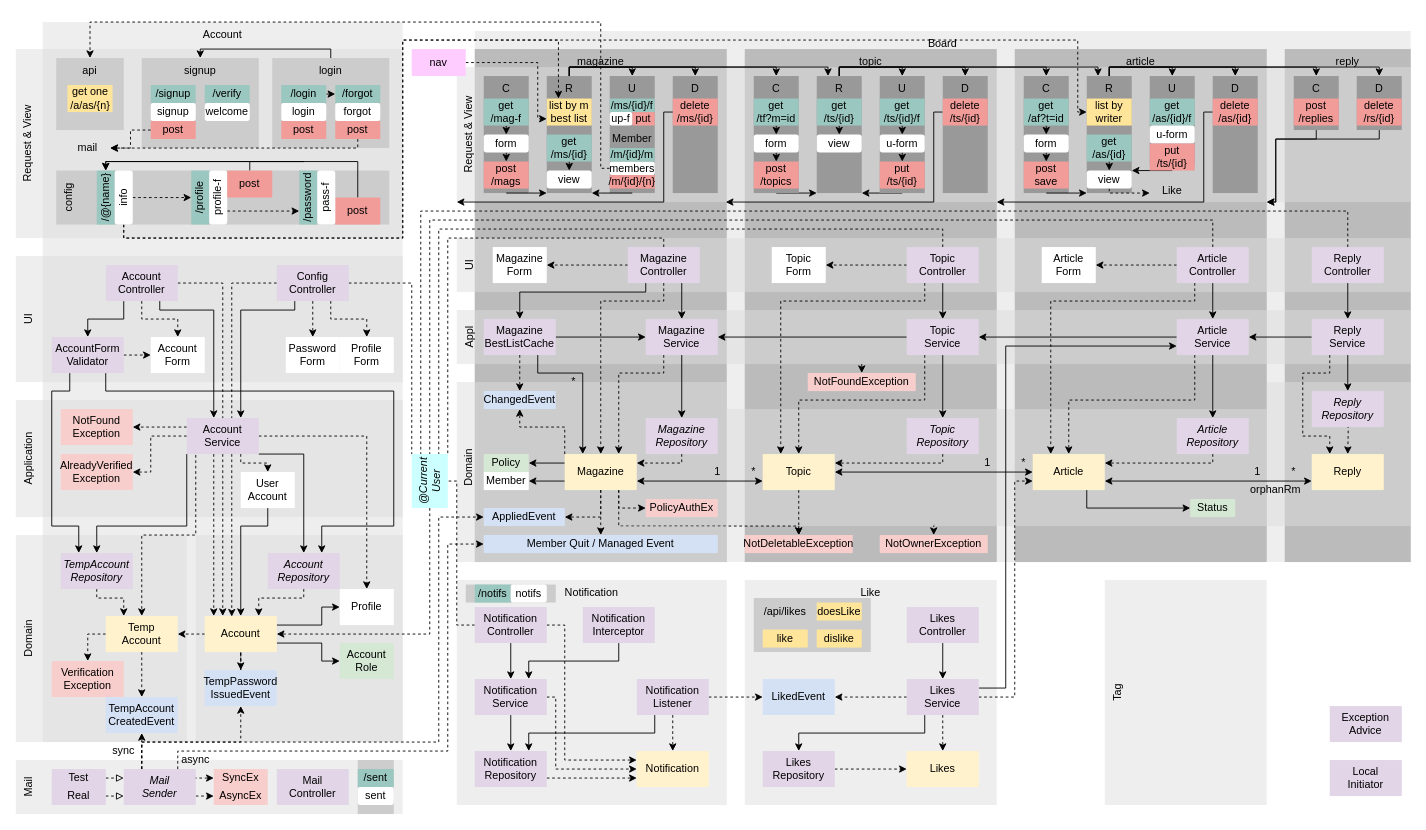
The draw.io diagram diagram.drawio in suloginscene/dinner, before the edit. Source tidied: cells renumbered, new cells numbered last; positions are measured from the earlier drawing's top-left corner, leaving out a move shared by most shapes. Both pictures are drawn from the tidied source at 90%, with x=0, y=0 at pixel (15, 22).
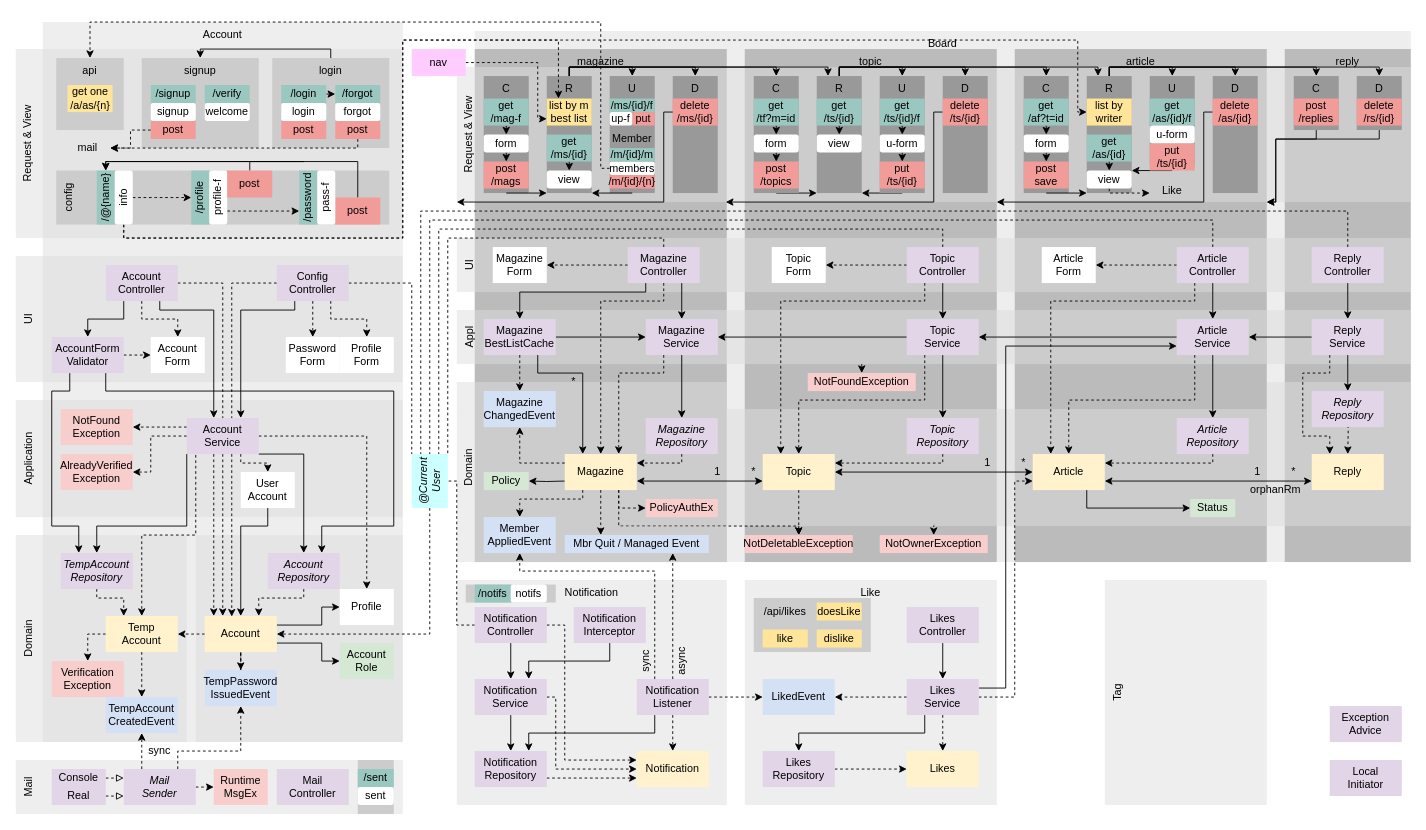
The same diagram, later.

The change refers to these unchanged cells:
```xml
<mxCell id="109" value="Magazine" style="rounded=0;whiteSpace=wrap;html=1;strokeColor=none;fillColor=#FFF2CC;" parent="1" vertex="1">
  <mxGeometry x="610" y="480" width="80" height="40" as="geometry" />
</mxCell>
<mxCell id="259" value="TempPassword&lt;br&gt;IssuedEvent" style="rounded=0;whiteSpace=wrap;html=1;strokeColor=none;fillColor=#D4E1F5;" parent="1" vertex="1">
  <mxGeometry x="210" y="720" width="80" height="40" as="geometry" />
</mxCell>
<mxCell id="266" value="&lt;span&gt;Mail&lt;br&gt;&lt;/span&gt;Sender" style="rounded=0;whiteSpace=wrap;html=1;strokeColor=none;fillColor=#E1D5E7;fontStyle=2;" parent="1" vertex="1">
  <mxGeometry x="120" y="830" width="80" height="40" as="geometry" />
</mxCell>
<mxCell id="327" value="Notification&lt;br&gt;Listener" style="rounded=0;whiteSpace=wrap;html=1;strokeColor=none;fillColor=#E1D5E7;" parent="1" vertex="1">
  <mxGeometry x="690" y="730" width="80" height="40" as="geometry" />
</mxCell>
```

Diff of the diagram source:
```diff
@@
-    <mxCell id="104" style="edgeStyle=orthogonalEdgeStyle;rounded=0;jettySize=auto;html=1;exitX=0;exitY=0.25;exitDx=0;exitDy=0;entryX=1;entryY=0.5;entryDx=0;entryDy=0;startArrow=none;startFill=0;" parent="1" edge="1" source="109" target="110">
-      <mxGeometry relative="1" as="geometry" />
+    <mxCell id="104" style="edgeStyle=orthogonalEdgeStyle;rounded=0;jettySize=auto;html=1;entryX=1;entryY=0.5;entryDx=0;entryDy=0;startArrow=none;startFill=0;" parent="1" edge="1" target="110">
+      <mxGeometry relative="1" as="geometry">
+        <mxPoint x="610" y="510" as="sourcePoint" />
+      </mxGeometry>
     </mxCell>
@@
-    <mxCell id="107" style="edgeStyle=orthogonalEdgeStyle;rounded=0;jettySize=auto;html=1;exitX=0.5;exitY=1;exitDx=0;exitDy=0;dashed=1;entryX=1;entryY=0.5;entryDx=0;entryDy=0;" parent="1" edge="1" source="109" target="292">
-      <mxGeometry relative="1" as="geometry">
-        <Array as="points">
-          <mxPoint x="650" y="550" />
-        </Array>
-      </mxGeometry>
-    </mxCell>
-    <mxCell id="108" style="edgeStyle=orthogonalEdgeStyle;rounded=0;jettySize=auto;html=1;exitX=0;exitY=0.75;exitDx=0;exitDy=0;entryX=1;entryY=0.5;entryDx=0;entryDy=0;" parent="1" edge="1" source="109" target="298">
-      <mxGeometry relative="1" as="geometry" />
-    </mxCell>
@@
     <mxCell id="110" value="Policy" style="rounded=0;whiteSpace=wrap;html=1;strokeColor=none;fillColor=#D5E8D4;" parent="1" vertex="1">
-      <mxGeometry x="520" y="480" width="50" height="20" as="geometry" />
+      <mxGeometry x="520" y="500" width="50" height="20" as="geometry" />
     </mxCell>
@@
-    <mxCell id="262" style="edgeStyle=orthogonalEdgeStyle;rounded=0;jettySize=auto;html=1;exitX=0.25;exitY=0;exitDx=0;exitDy=0;entryX=0.5;entryY=1;entryDx=0;entryDy=0;dashed=1;" parent="1" edge="1" source="266" target="259">
+    <mxCell id="262" style="edgeStyle=orthogonalEdgeStyle;rounded=0;jettySize=auto;html=1;exitX=0.75;exitY=0;exitDx=0;exitDy=0;entryX=0.5;entryY=1;entryDx=0;entryDy=0;dashed=1;" parent="1" edge="1" source="266" target="259">
       <mxGeometry relative="1" as="geometry">
         <Array as="points">
-          <mxPoint x="140" y="830" />
-          <mxPoint x="140" y="800" />
-          <mxPoint x="250" y="800" />
+          <mxPoint x="180" y="810" />
+          <mxPoint x="250" y="810" />
         </Array>
       </mxGeometry>
     </mxCell>
-    <mxCell id="263" style="edgeStyle=orthogonalEdgeStyle;rounded=0;jettySize=auto;html=1;exitX=1;exitY=0.75;exitDx=0;exitDy=0;entryX=0;entryY=0.5;entryDx=0;entryDy=0;dashed=1;endArrow=classic;endFill=1;" parent="1" edge="1" source="266" target="272">
-      <mxGeometry relative="1" as="geometry" />
-    </mxCell>
-    <mxCell id="264" style="edgeStyle=orthogonalEdgeStyle;rounded=0;jettySize=auto;html=1;entryX=0;entryY=0.5;entryDx=0;entryDy=0;dashed=1;endArrow=classic;endFill=1;" parent="1" edge="1" target="271">
+    <mxCell id="264" style="edgeStyle=orthogonalEdgeStyle;rounded=0;jettySize=auto;html=1;entryX=0;entryY=0.5;entryDx=0;entryDy=0;dashed=1;endArrow=classic;endFill=1;exitX=1;exitY=0.5;exitDx=0;exitDy=0;" parent="1" edge="1" source="266" target="271">
       <mxGeometry relative="1" as="geometry">
-        <mxPoint x="180" y="840" as="sourcePoint" />
         <Array as="points">
-          <mxPoint x="180" y="840" />
+          <mxPoint x="200" y="850" />
         </Array>
       </mxGeometry>
     </mxCell>
-    <mxCell id="265" style="edgeStyle=orthogonalEdgeStyle;rounded=0;jettySize=auto;html=1;exitX=0.25;exitY=0;exitDx=0;exitDy=0;entryX=0;entryY=0.5;entryDx=0;entryDy=0;dashed=1;" parent="1" edge="1" source="266" target="292">
-      <mxGeometry relative="1" as="geometry">
-        <Array as="points">
-          <mxPoint x="140" y="800" />
-          <mxPoint x="470" y="800" />
-          <mxPoint x="470" y="550" />
-        </Array>
-      </mxGeometry>
-    </mxCell>
@@
-    <mxCell id="267" value="&lt;span&gt;Test&lt;br&gt;&lt;/span&gt;" style="rounded=0;whiteSpace=wrap;html=1;strokeColor=none;fillColor=#E1D5E7;fontStyle=0;" parent="1" vertex="1">
+    <mxCell id="267" value="&lt;span&gt;Console&lt;br&gt;&lt;/span&gt;" style="rounded=0;whiteSpace=wrap;html=1;strokeColor=none;fillColor=#E1D5E7;fontStyle=0;" parent="1" vertex="1">
       <mxGeometry x="40" y="830" width="60" height="20" as="geometry" />
     </mxCell>
@@
-    <mxCell id="271" value="SyncEx" style="rounded=0;whiteSpace=wrap;html=1;strokeColor=none;fontStyle=0;fillColor=#F8CECC;" parent="1" vertex="1">
-      <mxGeometry x="220" y="830" width="60" height="20" as="geometry" />
+    <mxCell id="271" value="Runtime&lt;br&gt;MsgEx" style="rounded=0;whiteSpace=wrap;html=1;strokeColor=none;fontStyle=0;fillColor=#F8CECC;" parent="1" vertex="1">
+      <mxGeometry x="220" y="830" width="60" height="40" as="geometry" />
     </mxCell>
-    <mxCell id="272" value="AsyncEx" style="rounded=0;whiteSpace=wrap;html=1;strokeColor=none;fontStyle=0;fillColor=#F8CECC;" parent="1" vertex="1">
-      <mxGeometry x="220" y="850" width="60" height="20" as="geometry" />
-    </mxCell>
@@
-    <mxCell id="285" value="ChangedEvent" style="rounded=0;whiteSpace=wrap;html=1;strokeColor=none;fillColor=#D4E1F5;" parent="1" vertex="1">
-      <mxGeometry x="520" y="410" width="80" height="20" as="geometry" />
+    <mxCell id="285" value="Magazine&lt;br&gt;ChangedEvent" style="rounded=0;whiteSpace=wrap;html=1;strokeColor=none;fillColor=#D4E1F5;" parent="1" vertex="1">
+      <mxGeometry x="520" y="410" width="80" height="40" as="geometry" />
     </mxCell>
@@
-    <mxCell id="292" value="AppliedEvent" style="rounded=0;whiteSpace=wrap;html=1;strokeColor=none;fillColor=#D4E1F5;" parent="1" vertex="1">
-      <mxGeometry x="520" y="540" width="90" height="20" as="geometry" />
+    <mxCell id="292" value="Member&lt;br&gt;AppliedEvent" style="rounded=0;whiteSpace=wrap;html=1;strokeColor=none;fillColor=#D4E1F5;" parent="1" vertex="1">
+      <mxGeometry x="520" y="550" width="80" height="40" as="geometry" />
     </mxCell>
     <mxCell id="293" value="sync" style="rounded=1;whiteSpace=wrap;html=1;strokeColor=none;fillColor=none;" parent="1" vertex="1">
-      <mxGeometry x="100" y="800" width="40" height="20" as="geometry" />
+      <mxGeometry x="140" y="800" width="40" height="20" as="geometry" />
     </mxCell>
-    <mxCell id="294" value="Member Quit / Managed Event" style="rounded=0;whiteSpace=wrap;html=1;strokeColor=none;fillColor=#D4E1F5;" parent="1" vertex="1">
-      <mxGeometry x="520" y="570" width="260" height="20" as="geometry" />
+    <mxCell id="294" value="Mbr Quit / Managed Event" style="rounded=0;whiteSpace=wrap;html=1;strokeColor=none;fillColor=#D4E1F5;" parent="1" vertex="1">
+      <mxGeometry x="610" y="570" width="160" height="20" as="geometry" />
     </mxCell>
-    <mxCell id="295" value="async" style="rounded=1;whiteSpace=wrap;html=1;strokeColor=none;fillColor=none;" parent="1" vertex="1">
-      <mxGeometry x="180" y="810" width="40" height="20" as="geometry" />
-    </mxCell>
@@
-    <mxCell id="297" style="edgeStyle=orthogonalEdgeStyle;rounded=0;jettySize=auto;html=1;exitX=0.75;exitY=0;exitDx=0;exitDy=0;entryX=0;entryY=0.5;entryDx=0;entryDy=0;dashed=1;" parent="1" edge="1" source="266" target="294">
-      <mxGeometry relative="1" as="geometry">
-        <Array as="points">
-          <mxPoint x="180" y="810" />
-          <mxPoint x="480" y="810" />
-          <mxPoint x="480" y="580" />
-        </Array>
-      </mxGeometry>
-    </mxCell>
-    <mxCell id="298" value="Member" style="rounded=0;whiteSpace=wrap;html=1;strokeColor=none;fillColor=#FFFFFF;" parent="1" vertex="1">
-      <mxGeometry x="520" y="500" width="50" height="20" as="geometry" />
-    </mxCell>
-    <mxCell id="299" style="edgeStyle=orthogonalEdgeStyle;rounded=0;jettySize=auto;html=1;exitX=0;exitY=0;exitDx=0;exitDy=0;dashed=1;entryX=0.5;entryY=1;entryDx=0;entryDy=0;" parent="1" edge="1" source="109" target="285">
+    <mxCell id="299" style="edgeStyle=orthogonalEdgeStyle;rounded=0;jettySize=auto;html=1;exitX=0;exitY=0.25;exitDx=0;exitDy=0;dashed=1;entryX=0.5;entryY=1;entryDx=0;entryDy=0;" parent="1" edge="1" source="109" target="285">
       <mxGeometry relative="1" as="geometry">
         <Array as="points">
-          <mxPoint x="610" y="450" />
-          <mxPoint x="560" y="450" />
+          <mxPoint x="560" y="490" />
         </Array>
       </mxGeometry>
     </mxCell>
-    <mxCell id="300" style="edgeStyle=orthogonalEdgeStyle;rounded=0;jettySize=auto;html=1;exitX=0.5;exitY=1;exitDx=0;exitDy=0;entryX=0.5;entryY=0;entryDx=0;entryDy=0;dashed=1;" parent="1" edge="1" source="109" target="294">
+    <mxCell id="300" style="edgeStyle=orthogonalEdgeStyle;rounded=0;jettySize=auto;html=1;exitX=0.5;exitY=1;exitDx=0;exitDy=0;entryX=0.25;entryY=0;entryDx=0;entryDy=0;dashed=1;" parent="1" edge="1" source="109" target="294">
       <mxGeometry relative="1" as="geometry" />
     </mxCell>
@@
+    <mxCell id="345" style="edgeStyle=orthogonalEdgeStyle;rounded=0;jettySize=auto;html=1;exitX=0.25;exitY=0;exitDx=0;exitDy=0;dashed=1;entryX=0.5;entryY=1;entryDx=0;entryDy=0;" parent="1" edge="1" source="327" target="292">
+      <mxGeometry relative="1" as="geometry">
+        <Array as="points">
+          <mxPoint x="710" y="610" />
+          <mxPoint x="560" y="610" />
+        </Array>
+      </mxGeometry>
+    </mxCell>
+    <mxCell id="346" style="edgeStyle=orthogonalEdgeStyle;rounded=0;jettySize=auto;html=1;exitX=0.5;exitY=0;exitDx=0;exitDy=0;entryX=0.75;entryY=1;entryDx=0;entryDy=0;dashed=1;" parent="1" edge="1" source="327" target="294">
+      <mxGeometry relative="1" as="geometry" />
+    </mxCell>
@@
     <mxCell id="341" value="Notification&lt;br&gt;Interceptor" style="rounded=0;whiteSpace=wrap;html=1;strokeColor=none;fillColor=#E1D5E7;" parent="1" vertex="1">
-      <mxGeometry x="630" y="650" width="80" height="40" as="geometry" />
+      <mxGeometry x="620" y="650" width="80" height="40" as="geometry" />
     </mxCell>
@@
+    <mxCell id="107" style="edgeStyle=orthogonalEdgeStyle;rounded=0;jettySize=auto;html=1;exitX=0.25;exitY=1;exitDx=0;exitDy=0;dashed=1;entryX=0.5;entryY=0;entryDx=0;entryDy=0;" parent="1" edge="1" source="109" target="292">
+      <mxGeometry relative="1" as="geometry">
+        <Array as="points">
+          <mxPoint x="630" y="530" />
+          <mxPoint x="560" y="530" />
+        </Array>
+      </mxGeometry>
+    </mxCell>
+    <mxCell id="347" value="sync" style="rounded=1;whiteSpace=wrap;html=1;strokeColor=none;fillColor=none;horizontal=0;" parent="1" vertex="1">
+      <mxGeometry x="690" y="690" width="20" height="40" as="geometry" />
+    </mxCell>
+    <mxCell id="295" value="async" style="rounded=1;whiteSpace=wrap;html=1;strokeColor=none;fillColor=none;horizontal=0;" parent="1" vertex="1">
+      <mxGeometry x="730" y="690" width="20" height="40" as="geometry" />
+    </mxCell>
```
